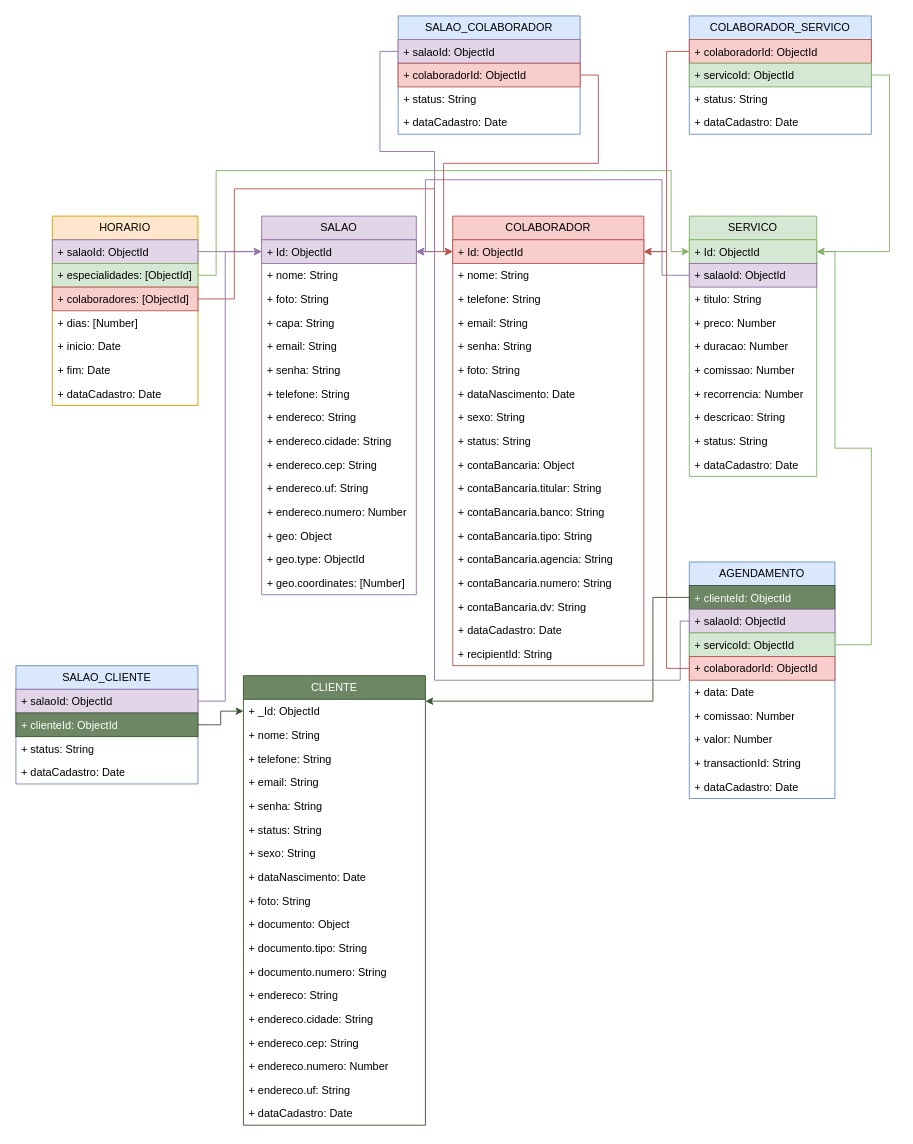
Before: CORTE ARTE.drawio in yleosamp/yleosamp, a draw.io diagram. Source tidied: cells renumbered, new cells numbered last; positions are measured from the earlier drawing's top-left corner, leaving out a move shared by most shapes. Both pictures are drawn from the tidied source at 91%, with x=0, y=0 at pixel (15, 15).
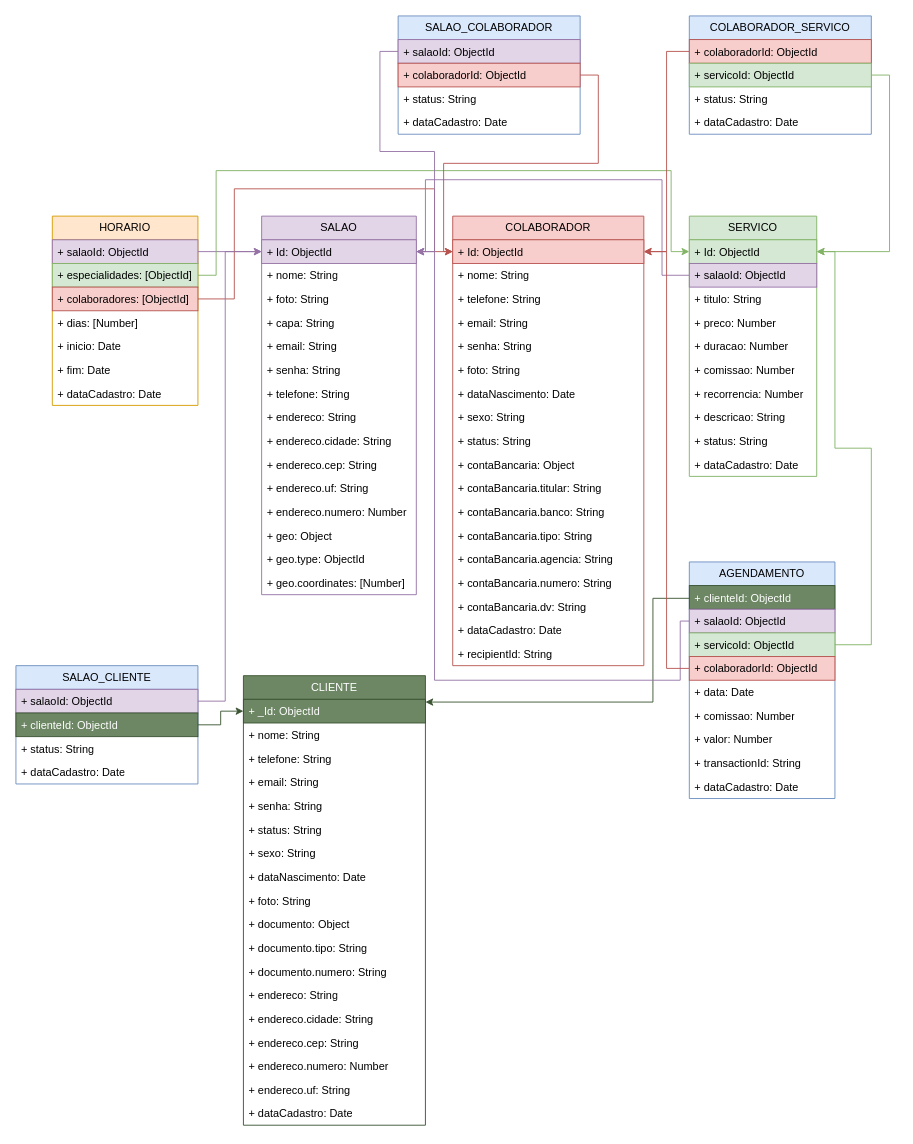
The same page after the edit.

The change refers to these unchanged cells:
```xml
<mxCell id="74" value="CLIENTE" style="swimlane;fontStyle=0;horizontal=1;startSize=26;fillColor=#6d8764;whiteSpace=wrap;html=1;fontColor=#ffffff;strokeColor=#3A5431;" parent="1" vertex="1">
  <mxGeometry x="250" y="725" width="200" height="494" as="geometry" />
</mxCell>
<mxCell id="101" value="+ clienteId: ObjectId" style="text;strokeColor=#3A5431;fillColor=#6d8764;align=left;verticalAlign=top;spacingLeft=4;spacingRight=4;overflow=hidden;points=[[0,0.5],[1,0.5]];portConstraint=eastwest;whiteSpace=wrap;html=1;fontColor=#ffffff;" parent="100" vertex="1">
  <mxGeometry y="26" width="160" height="26" as="geometry" />
</mxCell>
```

What changed in the source:
```diff
@@
-    <mxCell id="75" value="+ _Id: ObjectId" style="text;strokeColor=none;fillColor=none;align=left;verticalAlign=top;spacingLeft=4;spacingRight=4;overflow=hidden;points=[[0,0.5],[1,0.5]];portConstraint=eastwest;whiteSpace=wrap;html=1;" parent="74" vertex="1">
+    <mxCell id="75" value="+ _Id: ObjectId" style="text;strokeColor=#3A5431;fillColor=#6d8764;align=left;verticalAlign=top;spacingLeft=4;spacingRight=4;overflow=hidden;points=[[0,0.5],[1,0.5]];portConstraint=eastwest;whiteSpace=wrap;html=1;fontColor=#ffffff;" parent="74" vertex="1">
       <mxGeometry y="26" width="200" height="26" as="geometry" />
     </mxCell>
@@
-    <mxCell id="110" style="edgeStyle=orthogonalEdgeStyle;rounded=0;jettySize=auto;html=1;fillColor=#6d8764;strokeColor=#3A5431;" parent="1" edge="1" source="101" target="75">
+    <mxCell id="110" style="edgeStyle=orthogonalEdgeStyle;rounded=0;orthogonalLoop=1;jettySize=auto;html=1;fillColor=#6d8764;strokeColor=#3A5431;" parent="1" edge="1">
       <mxGeometry relative="1" as="geometry">
+        <mxPoint x="740" y="640" as="sourcePoint" />
+        <mxPoint x="450" y="754" as="targetPoint" />
         <Array as="points">
-          <mxPoint x="700" y="639" />
-          <mxPoint x="700" y="753" />
+          <mxPoint x="700" y="640" />
+          <mxPoint x="700" y="754" />
         </Array>
       </mxGeometry>
     </mxCell>
```
